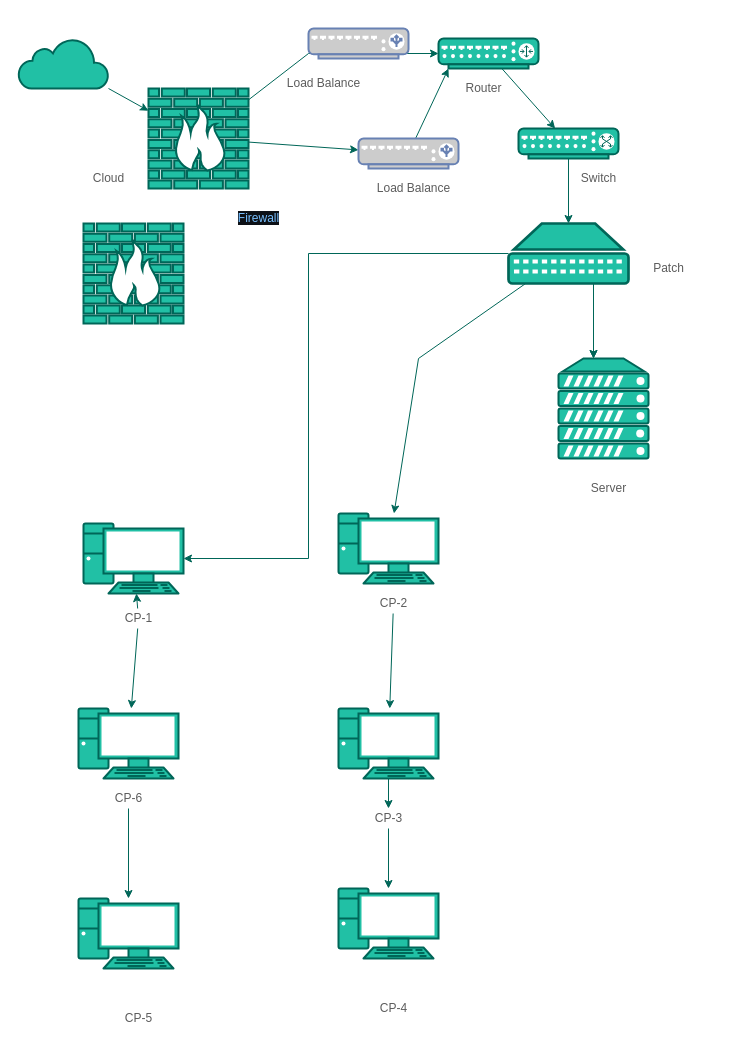
This is Untitled Diagram.drawio from flipifucan/BootCampSecurity, a draw.io file, before an edit. Source tidied: cells renumbered, new cells numbered last; positions are measured from the earlier drawing's top-left corner, leaving out a move shared by most shapes. Both pictures are drawn from the tidied source at 100%, with x=0, y=0 at pixel (18, 28).
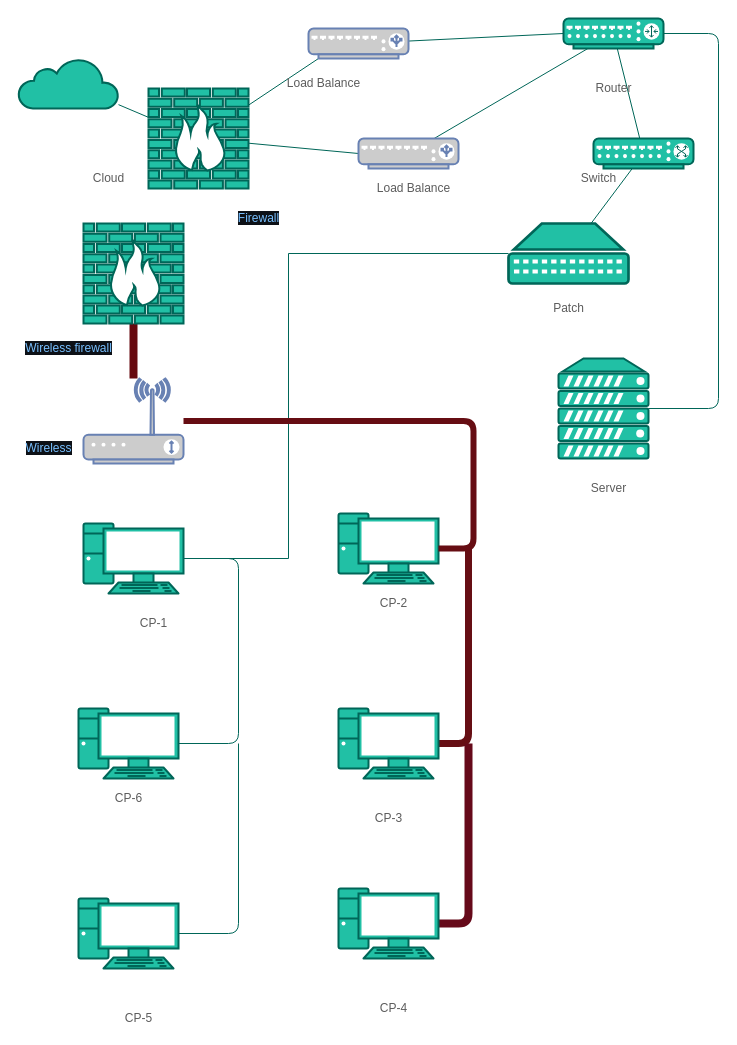
After the change.

The change refers to these unchanged cells:
```xml
<mxCell id="2" style="fontColor=#5C5C5C;verticalAlign=top;verticalLabelPosition=bottom;labelPosition=center;align=center;html=1;outlineConnect=0;fillColor=#21C0A5;strokeColor=#006658;gradientDirection=north;strokeWidth=2;shape=mxgraph.networks.pc;" parent="1" vertex="1">
  <mxGeometry x="65" y="495" width="100" height="70" as="geometry" />
</mxCell>
<mxCell id="7" style="fontColor=#5C5C5C;verticalAlign=top;verticalLabelPosition=bottom;labelPosition=center;align=center;html=1;outlineConnect=0;fillColor=#21C0A5;strokeColor=#006658;gradientDirection=north;strokeWidth=2;shape=mxgraph.networks.server;" parent="1" vertex="1">
  <mxGeometry x="540" y="330" width="90" height="100" as="geometry" />
</mxCell>
<mxCell id="10" style="fontColor=#5C5C5C;verticalAlign=top;verticalLabelPosition=bottom;labelPosition=center;align=center;html=1;outlineConnect=0;fillColor=#21C0A5;strokeColor=#006658;gradientDirection=north;strokeWidth=2;shape=mxgraph.networks.firewall;" parent="1" vertex="1">
  <mxGeometry x="130" y="60" width="100" height="100" as="geometry" />
</mxCell>
<mxCell id="13" style="fontColor=#5C5C5C;verticalAlign=top;verticalLabelPosition=bottom;labelPosition=center;align=center;html=1;outlineConnect=0;fillColor=#21C0A5;strokeColor=#006658;gradientDirection=north;strokeWidth=2;shape=mxgraph.networks.pc;" parent="1" vertex="1">
  <mxGeometry x="320" y="485" width="100" height="70" as="geometry" />
</mxCell>
<mxCell id="18" style="fontColor=#5C5C5C;verticalAlign=top;verticalLabelPosition=bottom;labelPosition=center;align=center;html=1;outlineConnect=0;fillColor=#21C0A5;strokeColor=#006658;gradientColor=none;gradientDirection=north;strokeWidth=2;shape=mxgraph.networks.patch_panel;fontFamily=Helvetica;fontSize=12;" parent="1" vertex="1">
  <mxGeometry x="490" y="195" width="120" height="60" as="geometry" />
</mxCell>
<mxCell id="20" value="CP-2" style="text;html=1;align=center;verticalAlign=middle;points=[];fillColor=none;strokeColor=none;rounded=0;fontColor=#5C5C5C;" parent="1" vertex="1">
  <mxGeometry x="355" y="565" width="40" height="20" as="geometry" />
</mxCell>
<mxCell id="30" style="fontColor=#5C5C5C;verticalAlign=top;verticalLabelPosition=bottom;labelPosition=center;align=center;html=1;outlineConnect=0;fillColor=#21C0A5;strokeColor=#006658;gradientDirection=north;strokeWidth=2;shape=mxgraph.networks.pc;" parent="1" vertex="1">
  <mxGeometry x="60" y="680" width="100" height="70" as="geometry" />
</mxCell>
<mxCell id="31" style="fontColor=#5C5C5C;verticalAlign=top;verticalLabelPosition=bottom;labelPosition=center;align=center;html=1;outlineConnect=0;fillColor=#21C0A5;strokeColor=#006658;gradientDirection=north;strokeWidth=2;shape=mxgraph.networks.pc;" parent="1" vertex="1">
  <mxGeometry x="60" y="870" width="100" height="70" as="geometry" />
</mxCell>
<mxCell id="33" style="fontColor=#5C5C5C;verticalAlign=top;verticalLabelPosition=bottom;labelPosition=center;align=center;html=1;outlineConnect=0;fillColor=#21C0A5;strokeColor=#006658;gradientDirection=north;strokeWidth=2;shape=mxgraph.networks.pc;" parent="1" vertex="1">
  <mxGeometry x="320" y="680" width="100" height="70" as="geometry" />
</mxCell>
<mxCell id="34" style="fontColor=#5C5C5C;verticalAlign=top;verticalLabelPosition=bottom;labelPosition=center;align=center;html=1;outlineConnect=0;fillColor=#21C0A5;strokeColor=#006658;gradientDirection=north;strokeWidth=2;shape=mxgraph.networks.pc;" parent="1" vertex="1">
  <mxGeometry x="320" y="860" width="100" height="70" as="geometry" />
</mxCell>
<mxCell id="35" style="fontColor=#5C5C5C;verticalAlign=top;verticalLabelPosition=bottom;labelPosition=center;align=center;html=1;outlineConnect=0;fillColor=#21C0A5;strokeColor=#006658;gradientDirection=north;strokeWidth=2;shape=mxgraph.networks.firewall;" parent="1" vertex="1">
  <mxGeometry x="65" y="195" width="100" height="100" as="geometry" />
</mxCell>
<mxCell id="36" style="fontColor=#0066CC;verticalAlign=top;verticalLabelPosition=bottom;labelPosition=center;align=center;html=1;outlineConnect=0;fillColor=#CCCCCC;strokeColor=#6881B3;gradientColor=none;gradientDirection=north;strokeWidth=2;shape=mxgraph.networks.load_balancer;rounded=0;sketch=0;" parent="1" vertex="1">
  <mxGeometry x="290" width="100" height="30" as="geometry" />
</mxCell>
<mxCell id="38" style="fontColor=#0066CC;verticalAlign=top;verticalLabelPosition=bottom;labelPosition=center;align=center;html=1;outlineConnect=0;fillColor=#CCCCCC;strokeColor=#6881B3;gradientColor=none;gradientDirection=north;strokeWidth=2;shape=mxgraph.networks.load_balancer;rounded=0;sketch=0;" parent="1" vertex="1">
  <mxGeometry x="340" y="110" width="100" height="30" as="geometry" />
</mxCell>
<mxCell id="42" value="CP-6" style="text;html=1;align=center;verticalAlign=middle;points=[];fillColor=none;strokeColor=none;rounded=0;sketch=0;fontColor=#5C5C5C;" parent="1" vertex="1">
  <mxGeometry x="90" y="760" width="40" height="20" as="geometry" />
</mxCell>
<mxCell id="44" value="CP-3" style="text;html=1;align=center;verticalAlign=middle;points=[];fillColor=none;strokeColor=none;rounded=0;sketch=0;fontColor=#5C5C5C;" parent="1" vertex="1">
  <mxGeometry x="350" y="780" width="40" height="20" as="geometry" />
</mxCell>
```

Change to the diagram source:
```diff
@@
+    <mxCell id="47" style="edgeStyle=orthogonalEdgeStyle;rounded=1;sketch=0;jettySize=auto;html=1;fontColor=#5C5C5C;endArrow=none;endFill=0;strokeColor=#006658;fillColor=#21C0A5;entryX=1;entryY=0.5;entryDx=0;entryDy=0;entryPerimeter=0;" parent="1" edge="1" source="2" target="30">
+      <mxGeometry relative="1" as="geometry">
+        <Array as="points">
+          <mxPoint x="220" y="530" />
+          <mxPoint x="220" y="715" />
+        </Array>
+      </mxGeometry>
+    </mxCell>
@@
-    <mxCell id="3" style="edgeStyle=none;rounded=0;jettySize=auto;html=1;strokeColor=#006658;fontColor=#5C5C5C;" parent="1" edge="1" source="4" target="6">
+    <mxCell id="3" style="edgeStyle=none;rounded=1;sketch=0;jettySize=auto;html=1;fontColor=#5C5C5C;endArrow=none;endFill=0;strokeColor=#006658;fillColor=#21C0A5;" parent="1" edge="1" source="4" target="6">
       <mxGeometry relative="1" as="geometry" />
     </mxCell>
+    <mxCell id="48" style="edgeStyle=orthogonalEdgeStyle;rounded=1;sketch=0;jettySize=auto;html=1;fontColor=#5C5C5C;endArrow=none;endFill=0;strokeColor=#006658;fillColor=#21C0A5;" parent="1" edge="1" source="4" target="7">
+      <mxGeometry relative="1" as="geometry">
+        <Array as="points">
+          <mxPoint x="700" y="5" />
+          <mxPoint x="700" y="380" />
+        </Array>
+      </mxGeometry>
+    </mxCell>
     <mxCell id="4" style="fontColor=#5C5C5C;verticalAlign=top;verticalLabelPosition=bottom;labelPosition=center;align=center;html=1;outlineConnect=0;fillColor=#21C0A5;strokeColor=#006658;gradientDirection=north;strokeWidth=2;shape=mxgraph.networks.router;" parent="1" vertex="1">
-      <mxGeometry x="420" y="10" width="100" height="30" as="geometry" />
+      <mxGeometry x="545" y="-10" width="100" height="30" as="geometry" />
     </mxCell>
-    <mxCell id="5" style="edgeStyle=elbowEdgeStyle;rounded=0;jettySize=auto;html=1;strokeColor=#006658;fontColor=#5C5C5C;" parent="1" edge="1" source="6" target="18">
+    <mxCell id="5" style="edgeStyle=none;rounded=1;sketch=0;jettySize=auto;html=1;fontColor=#5C5C5C;endArrow=none;endFill=0;strokeColor=#006658;fillColor=#21C0A5;" parent="1" edge="1" source="6" target="18">
       <mxGeometry relative="1" as="geometry" />
     </mxCell>
     <mxCell id="6" style="fontColor=#5C5C5C;verticalAlign=top;verticalLabelPosition=bottom;labelPosition=center;align=center;html=1;outlineConnect=0;fillColor=#21C0A5;strokeColor=#006658;gradientDirection=north;strokeWidth=2;shape=mxgraph.networks.switch;" parent="1" vertex="1">
-      <mxGeometry x="500" y="100" width="100" height="30" as="geometry" />
+      <mxGeometry x="575" y="110" width="100" height="30" as="geometry" />
     </mxCell>
@@
-    <mxCell id="8" style="edgeStyle=none;rounded=0;jettySize=auto;html=1;strokeColor=#006658;fontColor=#5C5C5C;" parent="1" edge="1" source="10" target="4">
-      <mxGeometry relative="1" as="geometry">
-        <Array as="points">
-          <mxPoint x="290" y="25" />
-        </Array>
-      </mxGeometry>
-    </mxCell>
+    <mxCell id="49" style="edgeStyle=none;rounded=1;sketch=0;jettySize=auto;html=1;entryX=0.1;entryY=1;entryDx=0;entryDy=0;entryPerimeter=0;fontColor=#5C5C5C;endArrow=none;endFill=0;strokeColor=#006658;fillColor=#21C0A5;" parent="1" edge="1" source="10" target="36">
+      <mxGeometry relative="1" as="geometry" />
+    </mxCell>
-    <mxCell id="9" style="edgeStyle=none;rounded=1;sketch=0;jettySize=auto;html=1;fontColor=#5C5C5C;strokeColor=#006658;fillColor=#21C0A5;" parent="1" edge="1" source="10" target="38">
+    <mxCell id="9" style="edgeStyle=none;rounded=1;sketch=0;jettySize=auto;html=1;entryX=0;entryY=0.5;entryDx=0;entryDy=0;entryPerimeter=0;fontColor=#5C5C5C;endArrow=none;endFill=0;strokeColor=#006658;fillColor=#21C0A5;" parent="1" edge="1" source="10" target="38">
       <mxGeometry relative="1" as="geometry" />
     </mxCell>
@@
-    <mxCell id="11" style="edgeStyle=none;rounded=0;jettySize=auto;html=1;strokeColor=#006658;fontColor=#5C5C5C;" parent="1" edge="1" source="12" target="10">
+    <mxCell id="11" style="edgeStyle=none;rounded=1;sketch=0;jettySize=auto;html=1;fontColor=#5C5C5C;endArrow=none;endFill=0;strokeColor=#006658;fillColor=#21C0A5;" parent="1" edge="1" source="12" target="10">
       <mxGeometry relative="1" as="geometry" />
     </mxCell>
     <mxCell id="12" style="html=1;outlineConnect=0;fillColor=#21C0A5;strokeColor=#006658;gradientDirection=north;strokeWidth=2;shape=mxgraph.networks.cloud;fontColor=#5C5C5C;" parent="1" vertex="1">
-      <mxGeometry y="10" width="90" height="50" as="geometry" />
+      <mxGeometry y="30" width="100" height="50" as="geometry" />
     </mxCell>
+    <mxCell id="50" style="edgeStyle=orthogonalEdgeStyle;rounded=1;sketch=0;jettySize=auto;html=1;entryX=1;entryY=0.5;entryDx=0;entryDy=0;entryPerimeter=0;fontColor=#5C5C5C;endArrow=none;endFill=0;fillColor=#21C0A5;strokeWidth=7;strokeColor=#660E14;" parent="1" edge="1" target="33">
+      <mxGeometry relative="1" as="geometry">
+        <mxPoint x="450" y="520" as="sourcePoint" />
+        <Array as="points">
+          <mxPoint x="450" y="715" />
+        </Array>
+      </mxGeometry>
+    </mxCell>
@@
-    <mxCell id="14" style="edgeStyle=elbowEdgeStyle;rounded=0;jettySize=auto;html=1;strokeColor=#006658;fontColor=#5C5C5C;" parent="1" edge="1" source="18" target="2">
+    <mxCell id="14" style="edgeStyle=elbowEdgeStyle;rounded=0;jettySize=auto;html=1;strokeColor=#006658;fontColor=#5C5C5C;endArrow=none;endFill=0;" parent="1" edge="1" source="18" target="2">
       <mxGeometry relative="1" as="geometry">
         <Array as="points">
-          <mxPoint x="290" y="380" />
+          <mxPoint x="270" y="530" />
         </Array>
       </mxGeometry>
     </mxCell>
-    <mxCell id="15" style="edgeStyle=elbowEdgeStyle;rounded=0;jettySize=auto;html=1;strokeColor=#006658;fontColor=#5C5C5C;" parent="1" edge="1" source="18" target="7">
-      <mxGeometry relative="1" as="geometry" />
-    </mxCell>
-    <mxCell id="16" style="edgeStyle=elbowEdgeStyle;rounded=0;jettySize=auto;html=1;strokeColor=#006658;fontColor=#5C5C5C;" parent="1" edge="1" source="18" target="7">
-      <mxGeometry relative="1" as="geometry" />
-    </mxCell>
-    <mxCell id="17" style="edgeStyle=none;rounded=0;jettySize=auto;html=1;strokeColor=#006658;fontColor=#5C5C5C;" parent="1" edge="1" source="18" target="13">
-      <mxGeometry relative="1" as="geometry">
-        <Array as="points">
-          <mxPoint x="400" y="330" />
-        </Array>
-      </mxGeometry>
-    </mxCell>
+    <mxCell id="51" style="edgeStyle=orthogonalEdgeStyle;rounded=1;sketch=0;jettySize=auto;html=1;entryX=1;entryY=0.5;entryDx=0;entryDy=0;entryPerimeter=0;fontColor=#5C5C5C;endArrow=none;endFill=0;fillColor=#21C0A5;strokeWidth=6;strokeColor=#660D13;" parent="1" edge="1" source="56" target="13">
+      <mxGeometry relative="1" as="geometry">
+        <Array as="points">
+          <mxPoint x="455" y="393" />
+          <mxPoint x="455" y="520" />
+        </Array>
+      </mxGeometry>
+    </mxCell>
@@
-    <mxCell id="19" style="edgeStyle=none;rounded=1;sketch=0;jettySize=auto;html=1;fontColor=#5C5C5C;strokeColor=#006658;fillColor=#21C0A5;" parent="1" edge="1" source="20" target="33">
-      <mxGeometry relative="1" as="geometry" />
-    </mxCell>
@@
-    <mxCell id="21" style="edgeStyle=none;rounded=1;sketch=0;jettySize=auto;html=1;fontColor=#5C5C5C;strokeColor=#006658;fillColor=#21C0A5;" parent="1" edge="1" source="23" target="2">
-      <mxGeometry relative="1" as="geometry" />
-    </mxCell>
-    <mxCell id="22" style="edgeStyle=none;rounded=1;sketch=0;jettySize=auto;html=1;fontColor=#5C5C5C;strokeColor=#006658;fillColor=#21C0A5;" parent="1" edge="1" source="23" target="30">
-      <mxGeometry relative="1" as="geometry" />
-    </mxCell>
     <mxCell id="23" value="CP-1" style="text;html=1;align=center;verticalAlign=middle;points=[];fillColor=none;strokeColor=none;rounded=0;fontColor=#5C5C5C;" parent="1" vertex="1">
-      <mxGeometry x="100" y="580" width="40" height="20" as="geometry" />
+      <mxGeometry x="115" y="585" width="40" height="20" as="geometry" />
     </mxCell>
@@
     <mxCell id="26" value="Router" style="text;html=1;align=center;verticalAlign=middle;fillColor=none;strokeColor=none;rounded=0;fontColor=#5C5C5C;" parent="1" vertex="1">
-      <mxGeometry x="440" y="50" width="50" height="20" as="geometry" />
+      <mxGeometry x="570" y="50" width="50" height="20" as="geometry" />
     </mxCell>
@@
     <mxCell id="29" value="Patch" style="text;html=1;align=center;verticalAlign=middle;fillColor=none;strokeColor=none;rounded=0;sketch=0;fontColor=#5C5C5C;" parent="1" vertex="1">
-      <mxGeometry x="625" y="230" width="50" height="20" as="geometry" />
+      <mxGeometry x="525" y="270" width="50" height="20" as="geometry" />
     </mxCell>
+    <mxCell id="52" style="edgeStyle=orthogonalEdgeStyle;rounded=1;sketch=0;jettySize=auto;html=1;entryX=1;entryY=0.5;entryDx=0;entryDy=0;entryPerimeter=0;fontColor=#5C5C5C;endArrow=none;endFill=0;strokeColor=#006658;fillColor=#21C0A5;" parent="1" edge="1" target="31">
+      <mxGeometry relative="1" as="geometry">
+        <mxPoint x="220" y="715" as="sourcePoint" />
+        <Array as="points">
+          <mxPoint x="220" y="905" />
+        </Array>
+      </mxGeometry>
+    </mxCell>
@@
-    <mxCell id="32" style="edgeStyle=none;rounded=1;sketch=0;jettySize=auto;html=1;fontColor=#5C5C5C;strokeColor=#006658;fillColor=#21C0A5;" parent="1" edge="1" source="33" target="44">
-      <mxGeometry relative="1" as="geometry" />
-    </mxCell>
+    <mxCell id="53" style="edgeStyle=orthogonalEdgeStyle;rounded=1;sketch=0;jettySize=auto;html=1;entryX=1;entryY=0.5;entryDx=0;entryDy=0;entryPerimeter=0;fontColor=#5C5C5C;endArrow=none;endFill=0;fillColor=#21C0A5;strokeWidth=8;strokeColor=#660A1A;" parent="1" edge="1" target="34">
+      <mxGeometry relative="1" as="geometry">
+        <mxPoint x="450" y="715" as="sourcePoint" />
+        <Array as="points">
+          <mxPoint x="450" y="895" />
+        </Array>
+      </mxGeometry>
+    </mxCell>
@@
+    <mxCell id="54" style="edgeStyle=orthogonalEdgeStyle;rounded=1;sketch=0;jettySize=auto;html=1;fontColor=#5C5C5C;endArrow=none;endFill=0;fillColor=#21C0A5;strokeWidth=8;strokeColor=#66090F;" parent="1" edge="1" source="35" target="56">
+      <mxGeometry relative="1" as="geometry" />
+    </mxCell>
@@
+    <mxCell id="55" style="edgeStyle=none;rounded=1;sketch=0;jettySize=auto;html=1;entryX=0;entryY=0.5;entryDx=0;entryDy=0;entryPerimeter=0;fontColor=#5C5C5C;endArrow=none;endFill=0;strokeColor=#006658;fillColor=#21C0A5;" parent="1" edge="1" source="36" target="4">
+      <mxGeometry relative="1" as="geometry" />
+    </mxCell>
@@
-    <mxCell id="37" style="edgeStyle=none;rounded=1;sketch=0;jettySize=auto;html=1;fontColor=#5C5C5C;strokeColor=#006658;fillColor=#21C0A5;entryX=0.1;entryY=1;entryDx=0;entryDy=0;entryPerimeter=0;" parent="1" edge="1" source="38" target="4">
+    <mxCell id="37" style="edgeStyle=none;rounded=1;sketch=0;jettySize=auto;html=1;fontColor=#5C5C5C;endArrow=none;endFill=0;strokeColor=#006658;fillColor=#21C0A5;" parent="1" edge="1" source="38" target="4">
       <mxGeometry relative="1" as="geometry" />
     </mxCell>
@@
-    <mxCell id="41" style="edgeStyle=none;rounded=1;sketch=0;jettySize=auto;html=1;fontColor=#5C5C5C;strokeColor=#006658;fillColor=#21C0A5;" parent="1" edge="1" source="42" target="31">
-      <mxGeometry relative="1" as="geometry" />
-    </mxCell>
@@
-    <mxCell id="43" style="edgeStyle=none;rounded=1;sketch=0;jettySize=auto;html=1;fontColor=#5C5C5C;strokeColor=#006658;fillColor=#21C0A5;" parent="1" edge="1" source="44" target="34">
-      <mxGeometry relative="1" as="geometry" />
-    </mxCell>
@@
+    <mxCell id="56" style="fontColor=#0066CC;verticalAlign=top;verticalLabelPosition=bottom;labelPosition=center;align=center;html=1;outlineConnect=0;fillColor=#CCCCCC;strokeColor=#6881B3;gradientColor=none;gradientDirection=north;strokeWidth=2;shape=mxgraph.networks.wireless_modem;rounded=0;sketch=0;" parent="1" vertex="1">
+      <mxGeometry x="65" y="350" width="100" height="85" as="geometry" />
+    </mxCell>
+    <mxCell id="57" value="&lt;span style=&quot;font-style: normal ; font-weight: normal ; letter-spacing: normal ; text-indent: 0px ; text-transform: none ; word-spacing: 0px ; text-decoration: none ; color: rgb(121 , 192 , 255) ; font-size: 12px ; background-color: rgb(13 , 17 , 23) ; float: none ; display: inline&quot;&gt;Wireless firewall&lt;/span&gt;" style="text;html=1;align=center;verticalAlign=middle;fillColor=none;strokeColor=none;rounded=0;fontColor=#5C5C5C;" parent="1" vertex="1">
+      <mxGeometry y="310" width="100" height="20" as="geometry" />
+    </mxCell>
+    <mxCell id="58" value="&lt;span style=&quot;font-style: normal ; font-weight: normal ; letter-spacing: normal ; text-indent: 0px ; text-transform: none ; word-spacing: 0px ; text-decoration: none ; color: rgb(121 , 192 , 255) ; font-size: 12px ; background-color: rgb(13 , 17 , 23) ; float: none ; display: inline&quot;&gt;Wireless&lt;/span&gt;" style="text;html=1;align=center;verticalAlign=middle;fillColor=none;strokeColor=none;rounded=0;fontColor=#5C5C5C;" parent="1" vertex="1">
+      <mxGeometry y="410" width="60" height="20" as="geometry" />
+    </mxCell>
```
